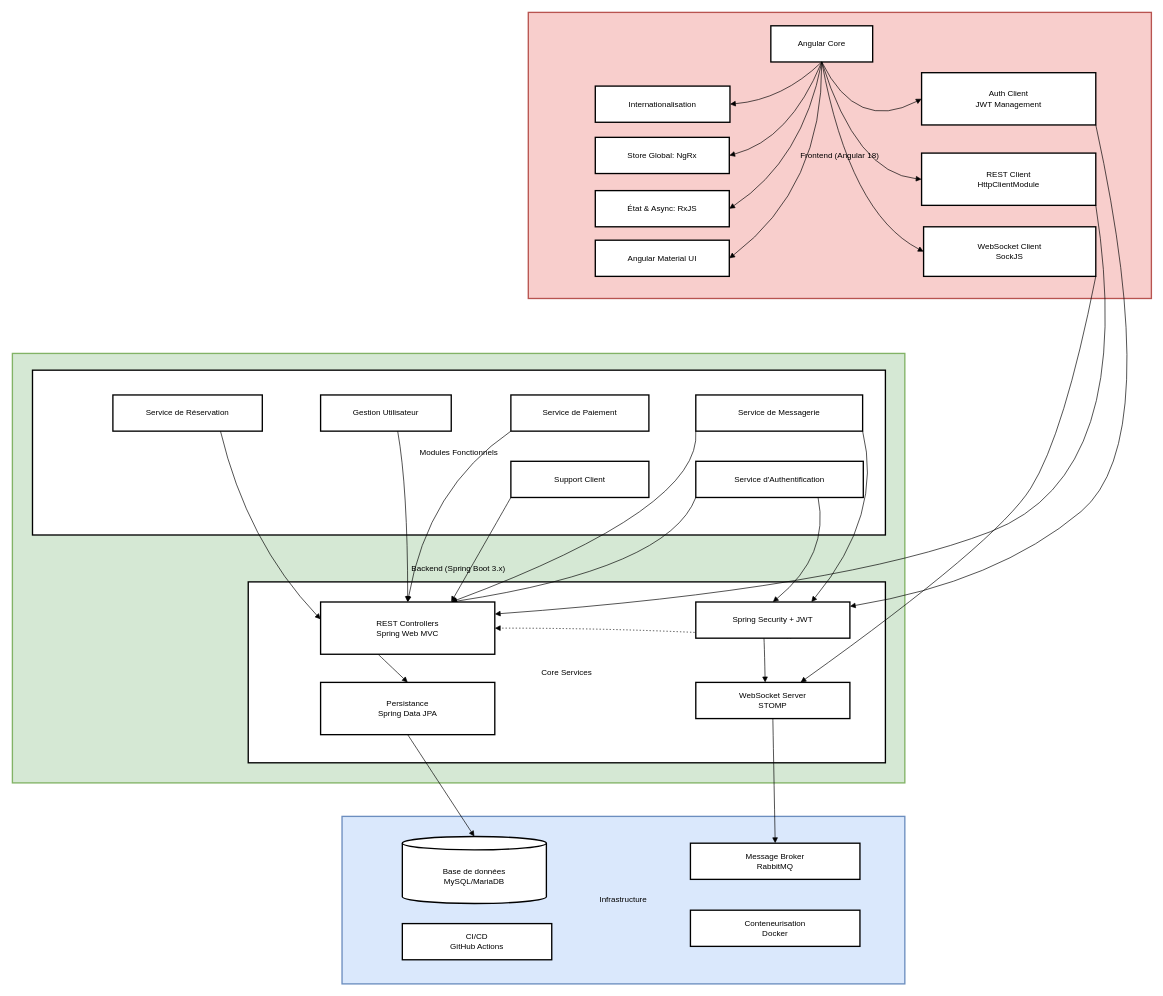
Earlier version of the draw.io diagram techno.drawio (TangiLC/OC_P13-YourCarYourWay). Source tidied: cells renumbered, new cells numbered last; positions are measured from the earlier drawing's top-left corner, leaving out a move shared by most shapes. Both pictures are drawn from the tidied source at 67%, with x=0, y=0 at pixel (12, 12).
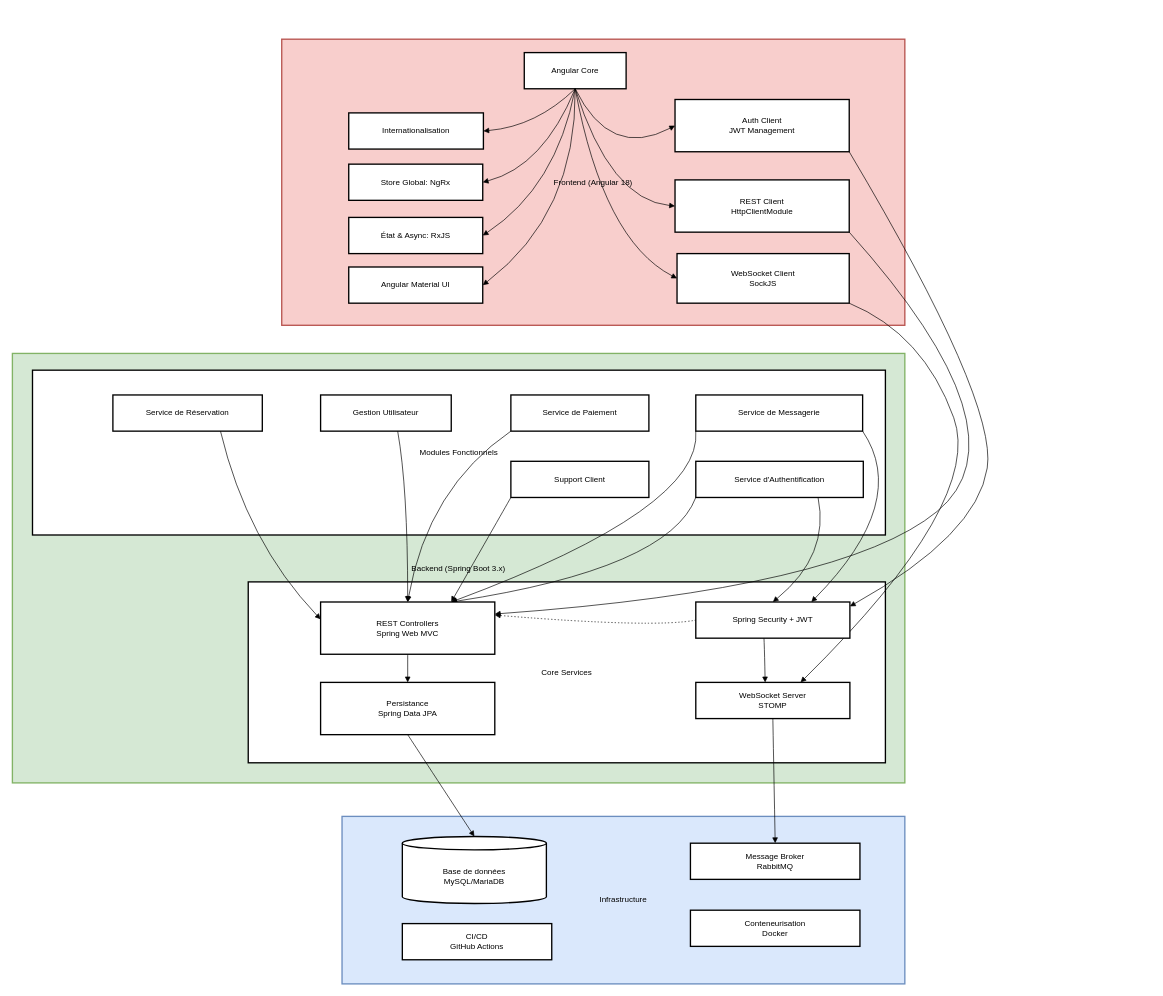
The same diagram, later.

Commit message (it also covers changes not shown here):
Mettre à jour techno.drawio

Unchanged cells that the change refers to:
```xml
<mxCell id="10" value="Service de Messagerie" style="whiteSpace=wrap;strokeWidth=2;" parent="1" vertex="1">
  <mxGeometry x="1020" y="571" width="249" height="54" as="geometry" />
</mxCell>
<mxCell id="11" value="WebSocket Server&#10;STOMP" style="whiteSpace=wrap;strokeWidth=2;" parent="1" vertex="1">
  <mxGeometry x="1020" y="1000" width="230" height="54" as="geometry" />
</mxCell>
<mxCell id="12" value="Persistance&#10;Spring Data JPA" style="whiteSpace=wrap;strokeWidth=2;" parent="1" vertex="1">
  <mxGeometry x="460" y="1000" width="260" height="78" as="geometry" />
</mxCell>
<mxCell id="47" value="REST Controllers&#10;Spring Web MVC" style="whiteSpace=wrap;strokeWidth=2;" parent="1" vertex="1">
  <mxGeometry x="460" y="880" width="260" height="78" as="geometry" />
</mxCell>
<mxCell id="49" value="Spring Security + JWT" style="whiteSpace=wrap;strokeWidth=2;" parent="1" vertex="1">
  <mxGeometry x="1020" y="880" width="230" height="54" as="geometry" />
</mxCell>
```

Diff of the diagram source:
```diff
@@
-    <mxCell id="22" style="curved=1;startArrow=none;endArrow=block;exitX=0.33;exitY=1;entryX=0.5;entryY=0;rounded=0;" parent="1" edge="1" source="47" target="12">
+    <mxCell id="22" style="curved=1;startArrow=none;endArrow=block;exitX=0.5;exitY=1;entryX=0.5;entryY=0;rounded=0;exitDx=0;exitDy=0;" parent="1" edge="1" source="47" target="12">
       <mxGeometry relative="1" as="geometry" />
     </mxCell>
@@
-    <mxCell id="26" style="curved=1;dashed=1;dashPattern=2 3;startArrow=none;endArrow=block;exitX=0.62;exitY=1;entryX=1;entryY=0.5;rounded=0;entryDx=0;entryDy=0;" parent="1" edge="1" source="49" target="47">
+    <mxCell id="26" style="curved=1;dashed=1;dashPattern=2 3;startArrow=none;endArrow=block;exitX=0;exitY=0.5;entryX=1;entryY=0.25;rounded=0;entryDx=0;entryDy=0;exitDx=0;exitDy=0;" parent="1" edge="1" source="49" target="47">
       <mxGeometry relative="1" as="geometry">
         <Array as="points">
           <mxPoint x="960" y="919" />
         </Array>
       </mxGeometry>
     </mxCell>
     <mxCell id="27" value="Frontend (Angular 18)" style="whiteSpace=wrap;strokeWidth=2;fillColor=#f8cecc;strokeColor=#b85450;" parent="1" vertex="1">
-      <mxGeometry x="770" width="930" height="427" as="geometry" />
+      <mxGeometry x="402" y="40" width="930" height="427" as="geometry" />
     </mxCell>
     <mxCell id="28" value="Angular Core" style="whiteSpace=wrap;strokeWidth=2;" parent="1" vertex="1">
-      <mxGeometry x="1132" y="20" width="152" height="54" as="geometry" />
+      <mxGeometry x="764" y="60" width="152" height="54" as="geometry" />
     </mxCell>
     <mxCell id="29" value="Angular Material UI" style="whiteSpace=wrap;strokeWidth=2;" parent="1" vertex="1">
-      <mxGeometry x="870" y="340" width="200" height="54" as="geometry" />
+      <mxGeometry x="502" y="380" width="200" height="54" as="geometry" />
     </mxCell>
     <mxCell id="30" value="État &amp; Async: RxJS" style="whiteSpace=wrap;strokeWidth=2;" parent="1" vertex="1">
-      <mxGeometry x="870" y="266" width="200" height="54" as="geometry" />
+      <mxGeometry x="502" y="306" width="200" height="54" as="geometry" />
     </mxCell>
     <mxCell id="31" value="Store Global: NgRx" style="whiteSpace=wrap;strokeWidth=2;" parent="1" vertex="1">
-      <mxGeometry x="870" y="186.5" width="200" height="54" as="geometry" />
+      <mxGeometry x="502" y="226.5" width="200" height="54" as="geometry" />
     </mxCell>
     <mxCell id="32" value="Internationalisation" style="whiteSpace=wrap;strokeWidth=2;" parent="1" vertex="1">
-      <mxGeometry x="870" y="110" width="201" height="54" as="geometry" />
+      <mxGeometry x="502" y="150" width="201" height="54" as="geometry" />
     </mxCell>
     <mxCell id="33" value="WebSocket Client&#10;SockJS" style="whiteSpace=wrap;strokeWidth=2;" parent="1" vertex="1">
-      <mxGeometry x="1360" y="320" width="257" height="74" as="geometry" />
+      <mxGeometry x="992" y="360" width="257" height="74" as="geometry" />
     </mxCell>
     <mxCell id="34" value="REST Client&#10;HttpClientModule" style="whiteSpace=wrap;strokeWidth=2;" parent="1" vertex="1">
-      <mxGeometry x="1357" y="210" width="260" height="78" as="geometry" />
+      <mxGeometry x="989" y="250" width="260" height="78" as="geometry" />
     </mxCell>
     <mxCell id="35" value="Auth Client&#10;JWT Management" style="whiteSpace=wrap;strokeWidth=2;" parent="1" vertex="1">
-      <mxGeometry x="1357" y="90" width="260" height="78" as="geometry" />
+      <mxGeometry x="989" y="130" width="260" height="78" as="geometry" />
     </mxCell>
     <mxCell id="36" style="curved=1;startArrow=none;endArrow=block;exitX=0.5;exitY=1;entryX=1;entryY=0.5;rounded=0;exitDx=0;exitDy=0;entryDx=0;entryDy=0;" parent="1" edge="1" source="28" target="29">
       <mxGeometry relative="1" as="geometry">
         <Array as="points">
-          <mxPoint x="1210" y="260" />
+          <mxPoint x="842" y="300" />
         </Array>
       </mxGeometry>
     </mxCell>
     <mxCell id="37" style="curved=1;startArrow=none;endArrow=block;exitX=0.5;exitY=1;entryX=1;entryY=0.5;rounded=0;exitDx=0;exitDy=0;entryDx=0;entryDy=0;" parent="1" edge="1" source="28" target="30">
       <mxGeometry relative="1" as="geometry">
         <Array as="points">
-          <mxPoint x="1180" y="220" />
+          <mxPoint x="812" y="260" />
         </Array>
       </mxGeometry>
     </mxCell>
     <mxCell id="38" style="curved=1;startArrow=none;endArrow=block;exitX=0.5;exitY=1;entryX=1;entryY=0.5;rounded=0;exitDx=0;exitDy=0;entryDx=0;entryDy=0;" parent="1" edge="1" source="28" target="31">
       <mxGeometry relative="1" as="geometry">
         <Array as="points">
-          <mxPoint x="1160" y="190" />
+          <mxPoint x="792" y="230" />
         </Array>
       </mxGeometry>
     </mxCell>
     <mxCell id="39" style="curved=1;startArrow=none;endArrow=block;exitX=0.5;exitY=1;entryX=1;entryY=0.5;rounded=0;exitDx=0;exitDy=0;entryDx=0;entryDy=0;" parent="1" edge="1" source="28" target="32">
       <mxGeometry relative="1" as="geometry">
         <Array as="points">
-          <mxPoint x="1150" y="130" />
+          <mxPoint x="782" y="170" />
         </Array>
       </mxGeometry>
     </mxCell>
     <mxCell id="40" style="curved=1;startArrow=none;endArrow=block;exitX=0.5;exitY=1;entryX=0;entryY=0.5;rounded=0;entryDx=0;entryDy=0;exitDx=0;exitDy=0;" parent="1" edge="1" source="28" target="33">
       <mxGeometry relative="1" as="geometry">
         <Array as="points">
-          <mxPoint x="1250" y="300" />
+          <mxPoint x="882" y="340" />
         </Array>
       </mxGeometry>
     </mxCell>
     <mxCell id="41" style="curved=1;startArrow=none;endArrow=block;entryX=0;entryY=0.5;rounded=0;entryDx=0;entryDy=0;exitX=0.5;exitY=1;exitDx=0;exitDy=0;" parent="1" edge="1" source="28" target="34">
       <mxGeometry relative="1" as="geometry">
         <Array as="points">
-          <mxPoint x="1260" y="240" />
+          <mxPoint x="892" y="280" />
         </Array>
       </mxGeometry>
     </mxCell>
     <mxCell id="42" style="curved=1;startArrow=none;endArrow=block;entryX=0;entryY=0.5;rounded=0;entryDx=0;entryDy=0;exitX=0.5;exitY=1;exitDx=0;exitDy=0;" parent="1" edge="1" source="28" target="35">
       <mxGeometry relative="1" as="geometry">
         <Array as="points">
-          <mxPoint x="1260" y="180" />
+          <mxPoint x="892" y="220" />
         </Array>
       </mxGeometry>
     </mxCell>
     <mxCell id="43" style="curved=1;startArrow=none;endArrow=block;exitX=1;exitY=1;entryX=0.68;entryY=0;rounded=0;exitDx=0;exitDy=0;" parent="1" edge="1" source="33" target="11">
       <mxGeometry relative="1" as="geometry">
         <Array as="points">
-          <mxPoint x="1570" y="630" />
-          <mxPoint x="1470" y="790" />
+          <mxPoint x="1360" y="480" />
+          <mxPoint x="1450" y="730" />
         </Array>
       </mxGeometry>
     </mxCell>
     <mxCell id="44" style="curved=1;startArrow=none;endArrow=block;exitX=1;exitY=1;entryX=1;entryY=0.23;rounded=0;exitDx=0;exitDy=0;" parent="1" edge="1" source="34" target="47">
       <mxGeometry relative="1" as="geometry">
         <Array as="points">
-          <mxPoint x="1680" y="690" />
+          <mxPoint x="1520" y="630" />
           <mxPoint x="1240" y="860" />
         </Array>
       </mxGeometry>
     </mxCell>
     <mxCell id="45" style="curved=1;startArrow=none;endArrow=block;exitX=1;exitY=1;entryX=1;entryY=0.12;rounded=0;exitDx=0;exitDy=0;" parent="1" edge="1" source="35" target="49">
       <mxGeometry relative="1" as="geometry">
         <Array as="points">
-          <mxPoint x="1720" y="640" />
-          <mxPoint x="1470" y="850" />
+          <mxPoint x="1470" y="580" />
+          <mxPoint x="1440" y="780" />
         </Array>
       </mxGeometry>
     </mxCell>
@@
     <mxCell id="48" style="curved=1;startArrow=none;endArrow=block;exitX=1;exitY=1;entryX=0.75;entryY=0;rounded=0;exitDx=0;exitDy=0;entryDx=0;entryDy=0;" parent="1" edge="1" source="10" target="49">
       <mxGeometry relative="1" as="geometry">
         <Array as="points">
-          <mxPoint x="1300" y="750" />
+          <mxPoint x="1340" y="730" />
         </Array>
       </mxGeometry>
     </mxCell>
```
